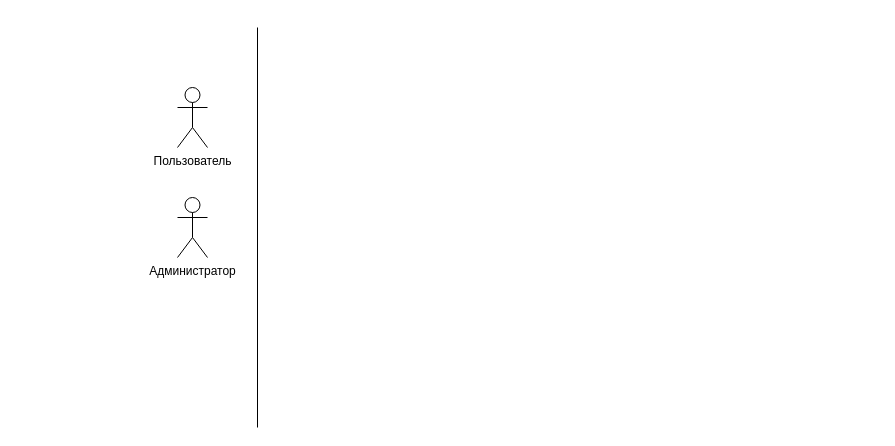
Earlier version of the draw.io diagram Schemas/Database/UseCase.drawio (golybock/TaskFlow). Source tidied: cells renumbered, new cells numbered last; positions are measured from the earlier drawing's top-left corner, leaving out a move shared by most shapes. Both pictures are drawn from the tidied source at 100%, with x=0, y=0 at pixel (177, 27).
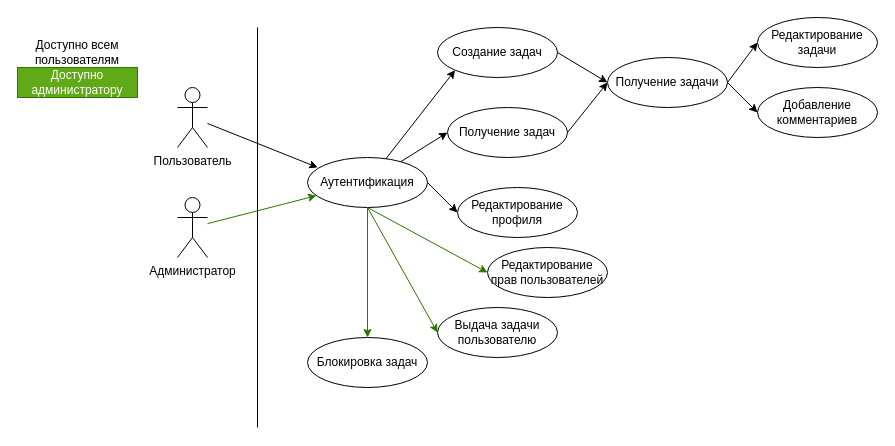
The same diagram, later.

The change refers to these unchanged cells:
```xml
<mxCell id="2" value="Пользователь" style="shape=umlActor;verticalLabelPosition=bottom;verticalAlign=top;html=1;outlineConnect=0;" parent="1" vertex="1">
  <mxGeometry y="60" width="30" height="60" as="geometry" />
</mxCell>
<mxCell id="3" value="Администратор" style="shape=umlActor;verticalLabelPosition=bottom;verticalAlign=top;html=1;outlineConnect=0;" parent="1" vertex="1">
  <mxGeometry y="170" width="30" height="60" as="geometry" />
</mxCell>
```

The edit, as a diff of the source:
```diff
@@
+    <mxCell id="5" value="Аутентификация" style="ellipse;whiteSpace=wrap;html=1;" parent="1" vertex="1">
+      <mxGeometry x="130" y="130" width="120" height="50" as="geometry" />
+    </mxCell>
+    <mxCell id="6" value="Создание задач" style="ellipse;whiteSpace=wrap;html=1;" parent="1" vertex="1">
+      <mxGeometry x="260" width="120" height="50" as="geometry" />
+    </mxCell>
+    <mxCell id="7" value="Выдача задачи пользователю" style="ellipse;whiteSpace=wrap;html=1;" parent="1" vertex="1">
+      <mxGeometry x="260" y="280" width="120" height="50" as="geometry" />
+    </mxCell>
+    <mxCell id="8" value="Редактирование прав пользователей" style="ellipse;whiteSpace=wrap;html=1;" parent="1" vertex="1">
+      <mxGeometry x="310" y="220" width="120" height="50" as="geometry" />
+    </mxCell>
+    <mxCell id="9" value="Редактирование профиля" style="ellipse;whiteSpace=wrap;html=1;" parent="1" vertex="1">
+      <mxGeometry x="280" y="160" width="120" height="50" as="geometry" />
+    </mxCell>
+    <mxCell id="10" value="Добавление комментариев" style="ellipse;whiteSpace=wrap;html=1;" parent="1" vertex="1">
+      <mxGeometry x="580" y="60" width="120" height="50" as="geometry" />
+    </mxCell>
+    <mxCell id="11" value="Блокировка задач" style="ellipse;whiteSpace=wrap;html=1;" parent="1" vertex="1">
+      <mxGeometry x="130" y="310" width="120" height="50" as="geometry" />
+    </mxCell>
+    <mxCell id="12" value="Получение задач" style="ellipse;whiteSpace=wrap;html=1;" parent="1" vertex="1">
+      <mxGeometry x="270" y="80" width="120" height="50" as="geometry" />
+    </mxCell>
+    <mxCell id="13" value="Получение задачи" style="ellipse;whiteSpace=wrap;html=1;" parent="1" vertex="1">
+      <mxGeometry x="430" y="30" width="120" height="50" as="geometry" />
+    </mxCell>
+    <mxCell id="14" style="endArrow=classic;html=1;rounded=0;fillColor=#60a917;strokeColor=#2D7600;" parent="1" edge="1" source="3" target="5">
+      <mxGeometry relative="1" as="geometry" />
+    </mxCell>
+    <mxCell id="15" style="endArrow=classic;html=1;rounded=0;entryX=0.085;entryY=0.199;entryDx=0;entryDy=0;entryPerimeter=0;" parent="1" edge="1" source="2" target="5">
+      <mxGeometry relative="1" as="geometry" />
+    </mxCell>
+    <mxCell id="16" style="endArrow=classic;html=1;rounded=0;entryX=0;entryY=0.5;entryDx=0;entryDy=0;" parent="1" edge="1" source="5" target="12">
+      <mxGeometry relative="1" as="geometry" />
+    </mxCell>
+    <mxCell id="17" style="endArrow=classic;html=1;rounded=0;entryX=0;entryY=1;entryDx=0;entryDy=0;" parent="1" edge="1" source="5" target="6">
+      <mxGeometry relative="1" as="geometry" />
+    </mxCell>
+    <mxCell id="18" style="endArrow=classic;html=1;rounded=0;exitX=1;exitY=0.5;exitDx=0;exitDy=0;entryX=0;entryY=0.5;entryDx=0;entryDy=0;" parent="1" edge="1" source="12" target="13">
+      <mxGeometry relative="1" as="geometry" />
+    </mxCell>
+    <mxCell id="19" style="endArrow=classic;html=1;rounded=0;exitX=1;exitY=0.5;exitDx=0;exitDy=0;entryX=0;entryY=0.5;entryDx=0;entryDy=0;" parent="1" edge="1" source="6" target="13">
+      <mxGeometry relative="1" as="geometry" />
+    </mxCell>
+    <mxCell id="20" style="endArrow=classic;html=1;rounded=0;exitX=1;exitY=0.5;exitDx=0;exitDy=0;entryX=0;entryY=0.5;entryDx=0;entryDy=0;" parent="1" edge="1" source="5" target="9">
+      <mxGeometry relative="1" as="geometry" />
+    </mxCell>
+    <mxCell id="21" style="endArrow=classic;html=1;rounded=0;entryX=0;entryY=0.5;entryDx=0;entryDy=0;exitX=1;exitY=0.5;exitDx=0;exitDy=0;" parent="1" edge="1" source="13" target="10">
+      <mxGeometry relative="1" as="geometry" />
+    </mxCell>
+    <mxCell id="22" value="Редактирование задачи" style="ellipse;whiteSpace=wrap;html=1;" parent="1" vertex="1">
+      <mxGeometry x="580" y="-10" width="120" height="50" as="geometry" />
+    </mxCell>
+    <mxCell id="23" style="endArrow=classic;html=1;rounded=0;exitX=1;exitY=0.5;exitDx=0;exitDy=0;entryX=0;entryY=0.5;entryDx=0;entryDy=0;" parent="1" edge="1" source="13" target="22">
+      <mxGeometry relative="1" as="geometry" />
+    </mxCell>
+    <mxCell id="24" style="endArrow=classic;html=1;rounded=0;exitX=0.5;exitY=1;exitDx=0;exitDy=0;entryX=0;entryY=0.5;entryDx=0;entryDy=0;fillColor=#60a917;strokeColor=#2D7600;" parent="1" edge="1" source="5" target="8">
+      <mxGeometry relative="1" as="geometry" />
+    </mxCell>
+    <mxCell id="25" style="endArrow=classic;html=1;rounded=0;exitX=0.5;exitY=1;exitDx=0;exitDy=0;entryX=0;entryY=0.5;entryDx=0;entryDy=0;fillColor=#60a917;strokeColor=#2D7600;" parent="1" edge="1" source="5" target="7">
+      <mxGeometry relative="1" as="geometry" />
+    </mxCell>
+    <mxCell id="26" style="endArrow=classic;html=1;rounded=0;exitX=0.5;exitY=1;exitDx=0;exitDy=0;entryX=0.5;entryY=0;entryDx=0;entryDy=0;fillColor=#60a917;strokeColor=#2D7600;" parent="1" edge="1" source="5" target="11">
+      <mxGeometry relative="1" as="geometry" />
+    </mxCell>
+    <mxCell id="27" value="Доступно всем пользователям" style="text;html=1;strokeColor=none;fillColor=none;align=center;verticalAlign=middle;whiteSpace=wrap;rounded=0;" parent="1" vertex="1">
+      <mxGeometry x="-160" y="10" width="120" height="30" as="geometry" />
+    </mxCell>
+    <mxCell id="28" value="Доступно администратору" style="text;html=1;strokeColor=#2D7600;fillColor=#60a917;align=center;verticalAlign=middle;whiteSpace=wrap;rounded=0;fontColor=#ffffff;" parent="1" vertex="1">
+      <mxGeometry x="-160" y="40" width="120" height="30" as="geometry" />
+    </mxCell>
```
